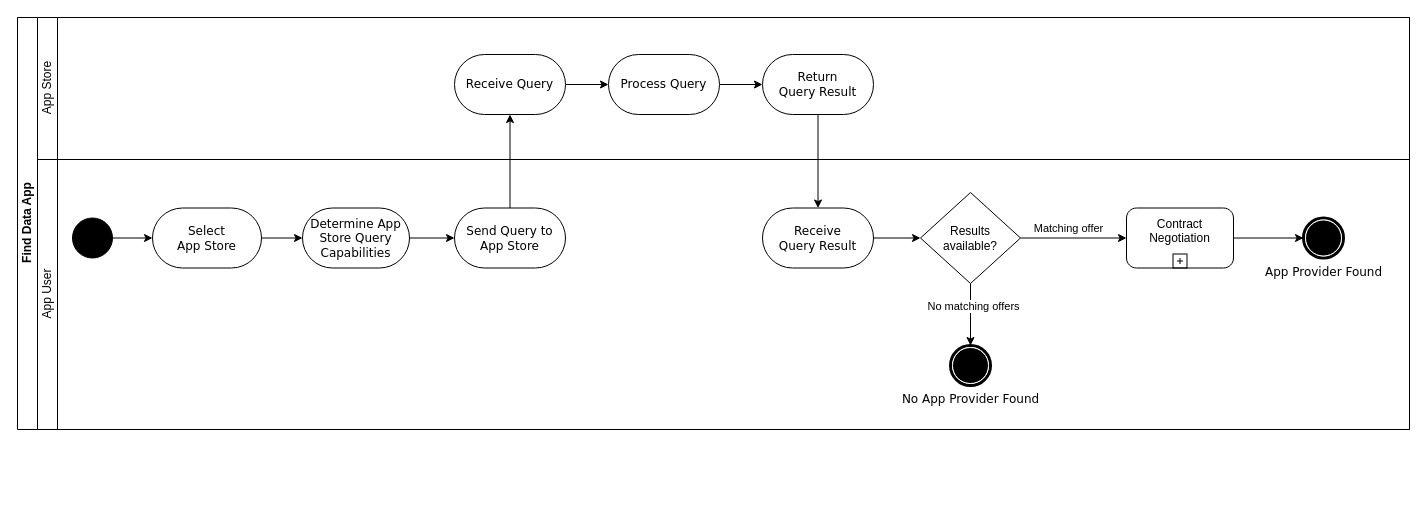
Above: page "Page-1" (1 of 2) of documentation/3_Layers_of_the_Reference_Architecture_Model/3_3_Process_Layer/media/find-data-app-process.drawio in International-Data-Spaces-Association/IDS-RAM_4_0 (draw.io), before the change. Source tidied: cells renumbered, new cells numbered last; positions are measured from the earlier drawing's top-left corner, leaving out a move shared by most shapes. Both pictures are drawn from the tidied source at 100%, with x=0, y=0 at pixel (17, 17).
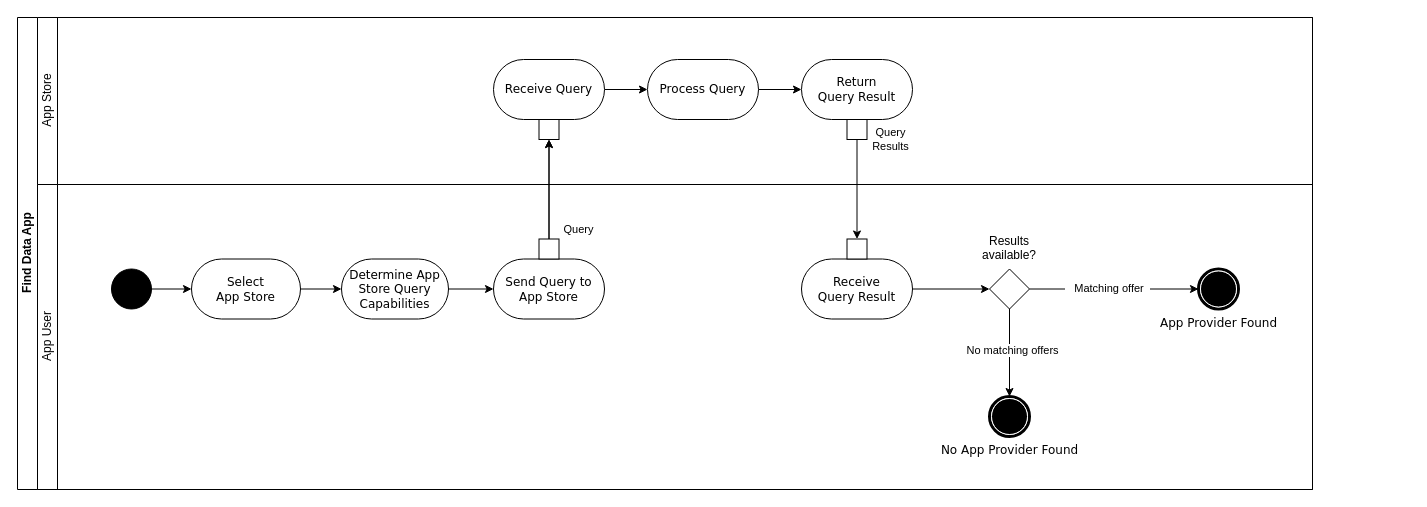
The same page after the edit.

Commit message (it also covers changes not shown here):
update process figures

Diff of the diagram source:
```diff
@@
     <mxCell id="2" value="Find Data App" style="swimlane;html=1;horizontal=0;startSize=20;flipH=0;direction=east;" parent="1" vertex="1">
-      <mxGeometry width="1392" height="412" as="geometry" />
+      <mxGeometry width="1295" height="472" as="geometry" />
     </mxCell>
-    <mxCell id="3" style="edgeStyle=orthogonalEdgeStyle;rounded=0;orthogonalLoop=1;jettySize=auto;html=1;dashed=1;endArrow=none;endFill=0;" parent="2" edge="1">
-      <mxGeometry relative="1" as="geometry">
-        <mxPoint x="180" y="90" as="sourcePoint" />
-        <mxPoint x="180" y="90" as="targetPoint" />
-      </mxGeometry>
-    </mxCell>
     <mxCell id="4" value="App Store" style="swimlane;html=1;startSize=20;horizontal=0;fontStyle=0;" parent="2" vertex="1">
-      <mxGeometry x="20" width="1372" height="142" as="geometry" />
+      <mxGeometry x="20" width="1275" height="167" as="geometry" />
     </mxCell>
@@
     <mxCell id="6" value="Receive Query" style="rounded=1;whiteSpace=wrap;html=1;shadow=0;comic=0;labelBackgroundColor=none;strokeWidth=1;fontFamily=Verdana;fontSize=12;align=center;arcSize=50;" parent="4" vertex="1">
-      <mxGeometry x="417" y="37" width="111" height="60" as="geometry" />
+      <mxGeometry x="456" y="42" width="111" height="60" as="geometry" />
     </mxCell>
@@
     <mxCell id="8" value="Process Query" style="rounded=1;whiteSpace=wrap;html=1;shadow=0;comic=0;labelBackgroundColor=none;strokeWidth=1;fontFamily=Verdana;fontSize=12;align=center;arcSize=50;" parent="4" vertex="1">
-      <mxGeometry x="571" y="37" width="111" height="60" as="geometry" />
+      <mxGeometry x="610" y="42" width="111" height="60" as="geometry" />
     </mxCell>
     <mxCell id="9" value="Return&lt;br&gt;Query Result" style="rounded=1;whiteSpace=wrap;html=1;shadow=0;comic=0;labelBackgroundColor=none;strokeWidth=1;fontFamily=Verdana;fontSize=12;align=center;arcSize=50;" parent="4" vertex="1">
-      <mxGeometry x="725" y="37" width="111" height="60" as="geometry" />
+      <mxGeometry x="764" y="42" width="111" height="60" as="geometry" />
     </mxCell>
+    <mxCell id="31" style="rounded=0;whiteSpace=wrap;html=1;strokeColor=default;" parent="4" vertex="1">
+      <mxGeometry x="501.5" y="102" width="20" height="20" as="geometry" />
+    </mxCell>
+    <mxCell id="32" style="rounded=0;whiteSpace=wrap;html=1;strokeColor=default;" parent="4" vertex="1">
+      <mxGeometry x="809.5" y="102" width="20" height="20" as="geometry" />
+    </mxCell>
+    <mxCell id="3" style="edgeStyle=orthogonalEdgeStyle;rounded=0;orthogonalLoop=1;jettySize=auto;html=1;dashed=1;endArrow=none;endFill=0;" parent="2" edge="1">
+      <mxGeometry relative="1" as="geometry">
+        <mxPoint x="219" y="90" as="sourcePoint" />
+        <mxPoint x="219" y="90" as="targetPoint" />
+      </mxGeometry>
+    </mxCell>
-    <mxCell id="10" style="edgeStyle=orthogonalEdgeStyle;rounded=0;jettySize=auto;html=1;endArrow=classic;endFill=1;startArrow=none;startFill=0;endSize=6;startSize=6;" parent="2" edge="1" source="9" target="21">
-      <mxGeometry relative="1" as="geometry" />
+    <mxCell id="10" value="&lt;div&gt;Query &lt;br&gt;&lt;/div&gt;&lt;div&gt;Results&lt;/div&gt;" style="rounded=0;jettySize=auto;html=1;endArrow=classic;endFill=1;startArrow=none;startFill=0;endSize=6;startSize=6;exitX=0.5;exitY=1;exitDx=0;exitDy=0;entryX=0.5;entryY=0;entryDx=0;entryDy=0;" parent="2" edge="1" source="32" target="35">
+      <mxGeometry x="-1" y="33" relative="1" as="geometry" />
     </mxCell>
-    <mxCell id="11" style="edgeStyle=orthogonalEdgeStyle;rounded=0;jettySize=auto;html=1;entryX=0.5;entryY=1;entryDx=0;entryDy=0;endArrow=classic;endFill=1;startArrow=none;startFill=0;endSize=6;startSize=6;strokeWidth=1;exitX=0.5;exitY=0;exitDx=0;exitDy=0;" parent="2" edge="1" source="19" target="6">
+    <mxCell id="11" style="rounded=0;jettySize=auto;html=1;entryX=0.5;entryY=1;entryDx=0;entryDy=0;endArrow=classic;endFill=1;startArrow=none;startFill=0;endSize=6;startSize=6;strokeWidth=1;" parent="2" edge="1" source="34" target="31">
       <mxGeometry relative="1" as="geometry" />
     </mxCell>
+    <mxCell id="33" value="Query" style="edgeStyle=none;rounded=0;jettySize=auto;html=1;" parent="2" edge="1" source="34" target="31">
+      <mxGeometry x="-0.8" y="-29" relative="1" as="geometry" />
+    </mxCell>
     <mxCell id="12" value="App User" style="swimlane;html=1;startSize=20;horizontal=0;fontStyle=0;" parent="2" vertex="1">
-      <mxGeometry x="20" y="142" width="1372" height="270" as="geometry" />
+      <mxGeometry x="20" y="167" width="1275" height="305" as="geometry" />
     </mxCell>
     <mxCell id="13" style="ellipse;whiteSpace=wrap;html=1;rounded=0;shadow=0;comic=0;labelBackgroundColor=none;strokeWidth=1;fillColor=#000000;fontFamily=Verdana;fontSize=12;align=center;" parent="12" vertex="1">
-      <mxGeometry x="35" y="58.5" width="40" height="40" as="geometry" />
+      <mxGeometry x="74" y="84.5" width="40" height="40" as="geometry" />
     </mxCell>
@@
     <mxCell id="15" value="&lt;div&gt;Select&lt;/div&gt;&lt;div&gt;App Store&lt;/div&gt;" style="rounded=1;whiteSpace=wrap;html=1;shadow=0;comic=0;labelBackgroundColor=none;strokeWidth=1;fontFamily=Verdana;fontSize=12;align=center;arcSize=50;" parent="12" vertex="1">
-      <mxGeometry x="115" y="48.5" width="109" height="60" as="geometry" />
+      <mxGeometry x="154" y="74.5" width="109" height="60" as="geometry" />
     </mxCell>
@@
     <mxCell id="18" value="Determine App Store Query Capabilities" style="rounded=1;whiteSpace=wrap;html=1;shadow=0;comic=0;labelBackgroundColor=none;strokeWidth=1;fontFamily=Verdana;fontSize=12;align=center;arcSize=50;" parent="12" vertex="1">
-      <mxGeometry x="265" y="48.5" width="107" height="60" as="geometry" />
+      <mxGeometry x="304" y="74.5" width="107" height="60" as="geometry" />
     </mxCell>
     <mxCell id="19" value="Send Query to App Store" style="rounded=1;whiteSpace=wrap;html=1;shadow=0;comic=0;labelBackgroundColor=none;strokeWidth=1;fontFamily=Verdana;fontSize=12;align=center;arcSize=50;" parent="12" vertex="1">
-      <mxGeometry x="417" y="48.5" width="111" height="60" as="geometry" />
+      <mxGeometry x="456" y="74.5" width="111" height="60" as="geometry" />
     </mxCell>
-    <mxCell id="20" style="edgeStyle=orthogonalEdgeStyle;rounded=0;jettySize=auto;html=1;" parent="12" edge="1" source="21" target="26">
+    <mxCell id="20" style="edgeStyle=orthogonalEdgeStyle;rounded=0;jettySize=auto;html=1;entryX=0;entryY=0.5;entryDx=0;entryDy=0;" parent="12" edge="1" source="21" target="36">
       <mxGeometry relative="1" as="geometry" />
     </mxCell>
     <mxCell id="21" value="Receive&lt;br&gt;Query Result" style="rounded=1;whiteSpace=wrap;html=1;shadow=0;comic=0;labelBackgroundColor=none;strokeWidth=1;fontFamily=Verdana;fontSize=12;align=center;arcSize=50;" parent="12" vertex="1">
-      <mxGeometry x="725" y="48.5" width="111" height="60" as="geometry" />
+      <mxGeometry x="764" y="74.5" width="111" height="60" as="geometry" />
     </mxCell>
-    <mxCell id="22" style="edgeStyle=orthogonalEdgeStyle;rounded=0;jettySize=auto;html=1;" parent="12" edge="1" source="26" target="27">
+    <mxCell id="22" style="edgeStyle=orthogonalEdgeStyle;rounded=0;jettySize=auto;html=1;exitX=0.5;exitY=1;exitDx=0;exitDy=0;" parent="12" edge="1" source="36" target="27">
       <mxGeometry relative="1" as="geometry" />
     </mxCell>
     <mxCell id="23" value="No matching offers" style="edgeLabel;html=1;align=center;verticalAlign=middle;" parent="22" vertex="1">
-      <mxGeometry x="-0.28" y="2" relative="1" as="geometry" />
+      <mxGeometry x="-0.28" y="2" relative="1" as="geometry">
+        <mxPoint y="9" as="offset" />
+      </mxGeometry>
     </mxCell>
-    <mxCell id="24" style="edgeStyle=orthogonalEdgeStyle;rounded=0;jettySize=auto;html=1;entryX=0;entryY=0.5;entryDx=0;entryDy=0;entryPerimeter=0;" parent="12" edge="1" source="26" target="30">
+    <mxCell id="24" style="edgeStyle=orthogonalEdgeStyle;rounded=0;jettySize=auto;html=1;entryX=0;entryY=0.5;entryDx=0;entryDy=0;exitX=1;exitY=0.5;exitDx=0;exitDy=0;" parent="12" edge="1" source="36" target="29">
       <mxGeometry relative="1" as="geometry" />
     </mxCell>
-    <mxCell id="25" value="Matching offer" style="edgeLabel;html=1;align=center;verticalAlign=middle;" parent="24" vertex="1">
+    <mxCell id="25" value="&amp;nbsp;&amp;nbsp; Matching offer&amp;nbsp;&amp;nbsp; " style="edgeLabel;html=1;align=center;verticalAlign=middle;" parent="24" vertex="1">
       <mxGeometry x="-0.17" y="-1" relative="1" as="geometry">
-        <mxPoint x="3" y="-11" as="offset" />
+        <mxPoint x="7" y="-2" as="offset" />
       </mxGeometry>
     </mxCell>
+    <mxCell id="27" value="No App Provider Found" style="shape=mxgraph.bpmn.shape;html=1;verticalLabelPosition=bottom;labelBackgroundColor=#ffffff;verticalAlign=top;perimeter=ellipsePerimeter;outline=end;symbol=terminate;rounded=0;shadow=0;comic=0;strokeWidth=1;fontFamily=Verdana;fontSize=12;align=center;" parent="12" vertex="1">
+      <mxGeometry x="952" y="212" width="40" height="40" as="geometry" />
+    </mxCell>
+    <mxCell id="29" value="App Provider Found" style="shape=mxgraph.bpmn.shape;html=1;verticalLabelPosition=bottom;labelBackgroundColor=#ffffff;verticalAlign=top;perimeter=ellipsePerimeter;outline=end;symbol=terminate;rounded=0;shadow=0;comic=0;strokeWidth=1;fontFamily=Verdana;fontSize=12;align=center;" parent="12" vertex="1">
+      <mxGeometry x="1161" y="84.5" width="40" height="40" as="geometry" />
+    </mxCell>
+    <mxCell id="34" style="rounded=0;whiteSpace=wrap;html=1;strokeColor=default;" parent="12" vertex="1">
+      <mxGeometry x="501.5" y="54.5" width="20" height="20" as="geometry" />
+    </mxCell>
+    <mxCell id="35" style="rounded=0;whiteSpace=wrap;html=1;strokeColor=default;" parent="12" vertex="1">
+      <mxGeometry x="809.5" y="54.5" width="20" height="20" as="geometry" />
+    </mxCell>
-    <mxCell id="26" value="&lt;div&gt;Results&lt;/div&gt;&lt;div&gt;available?&lt;/div&gt;" style="rhombus;whiteSpace=wrap;html=1;" parent="12" vertex="1">
-      <mxGeometry x="883" y="33" width="100" height="91" as="geometry" />
+    <mxCell id="26" value="&lt;div&gt;Results&lt;/div&gt;&lt;div&gt;available?&lt;/div&gt;" style="text;whiteSpace=wrap;html=1;align=center;" parent="12" vertex="1">
+      <mxGeometry x="935" y="42.5" width="74" height="42" as="geometry" />
     </mxCell>
-    <mxCell id="27" value="No App Provider Found" style="shape=mxgraph.bpmn.shape;html=1;verticalLabelPosition=bottom;labelBackgroundColor=#ffffff;verticalAlign=top;perimeter=ellipsePerimeter;outline=end;symbol=terminate;rounded=0;shadow=0;comic=0;strokeWidth=1;fontFamily=Verdana;fontSize=12;align=center;" parent="12" vertex="1">
-      <mxGeometry x="913" y="186" width="40" height="40" as="geometry" />
-    </mxCell>
-    <mxCell id="28" style="edgeStyle=orthogonalEdgeStyle;rounded=0;jettySize=auto;html=1;entryX=0;entryY=0.5;entryDx=0;entryDy=0;exitX=1;exitY=0.5;exitDx=0;exitDy=0;exitPerimeter=0;" parent="12" edge="1" source="30" target="29">
-      <mxGeometry relative="1" as="geometry" />
-    </mxCell>
-    <mxCell id="29" value="App Provider Found" style="shape=mxgraph.bpmn.shape;html=1;verticalLabelPosition=bottom;labelBackgroundColor=#ffffff;verticalAlign=top;perimeter=ellipsePerimeter;outline=end;symbol=terminate;rounded=0;shadow=0;comic=0;strokeWidth=1;fontFamily=Verdana;fontSize=12;align=center;" parent="12" vertex="1">
-      <mxGeometry x="1266" y="58.5" width="40" height="40" as="geometry" />
-    </mxCell>
-    <mxCell id="30" value="Contract&#10;Negotiation&#10;" style="points=[[0.25,0,0],[0.5,0,0],[0.75,0,0],[1,0.25,0],[1,0.5,0],[1,0.75,0],[0.75,1,0],[0.5,1,0],[0.25,1,0],[0,0.75,0],[0,0.5,0],[0,0.25,0]];shape=mxgraph.bpmn.task;whiteSpace=wrap;rectStyle=rounded;size=10;taskMarker=abstract;isLoopSub=1;fontSize=12;" parent="12" vertex="1">
-      <mxGeometry x="1089" y="48.5" width="107" height="60" as="geometry" />
-    </mxCell>
+    <mxCell id="36" style="rhombus;whiteSpace=wrap;html=1;" parent="12" vertex="1">
+      <mxGeometry x="952" y="84.5" width="40" height="40" as="geometry" />
+    </mxCell>
```
